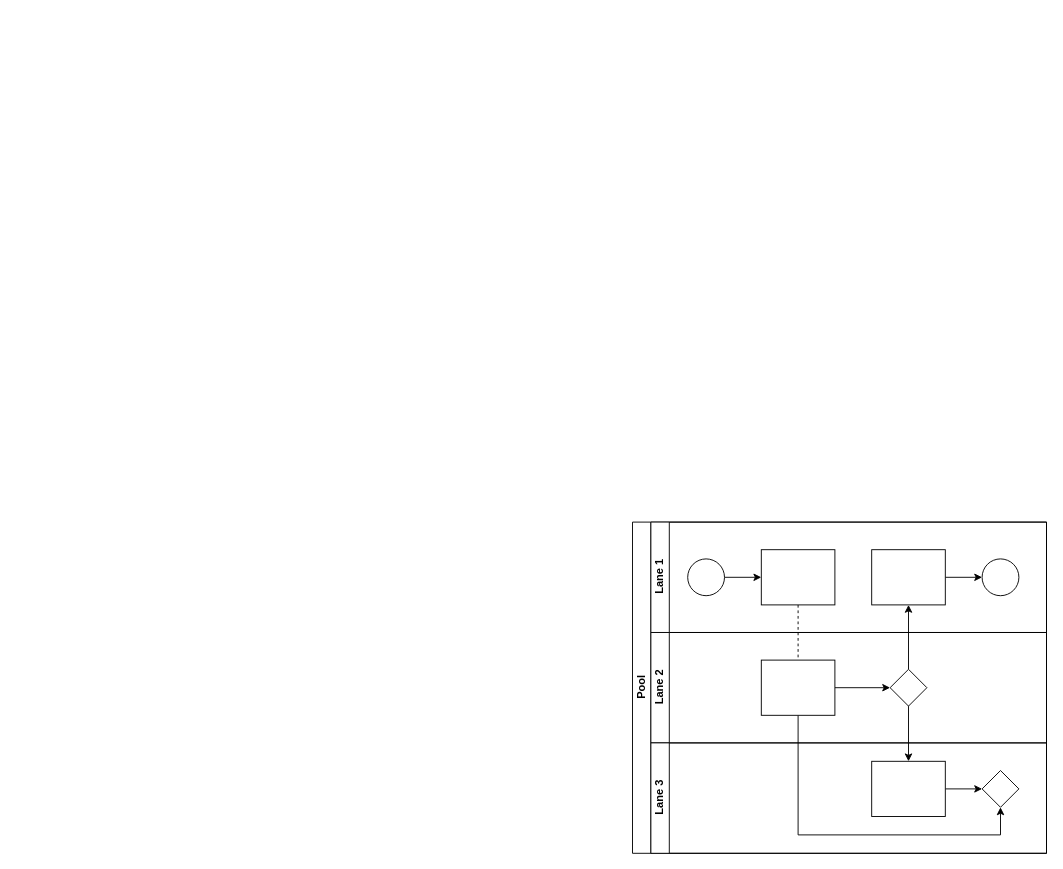
DavidkaBenAvraham/kitkat-doc keeps this draw.io diagram as плавательная дорожка.drawio. Above is the earlier version. Source tidied: cells renumbered, new cells numbered last; positions are measured from the earlier drawing's top-left corner, leaving out a move shared by most shapes. Both pictures are drawn from the tidied source at 92%, with x=0, y=0 at pixel (632, 522).
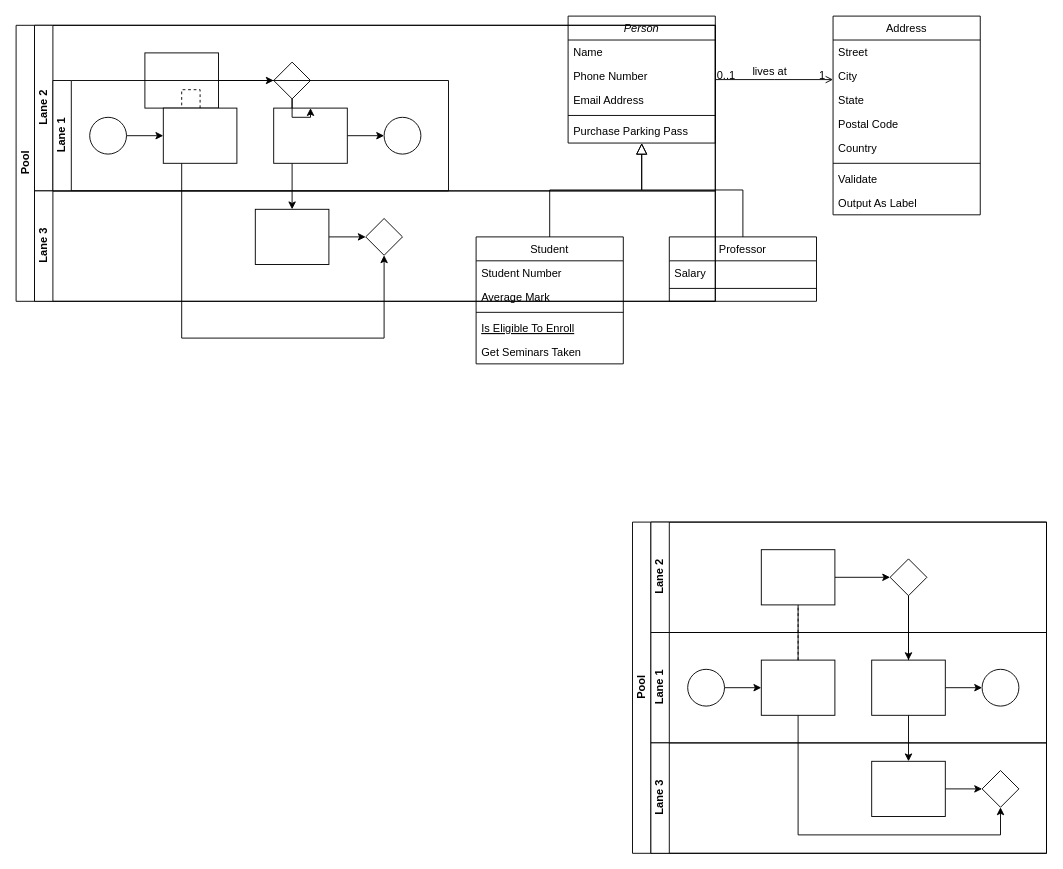
Above is the later version.

Unchanged cells that the change refers to:
```xml
<mxCell id="2" value="Pool" style="swimlane;html=1;horizontal=0;startSize=20;" parent="1" vertex="1">
  <mxGeometry width="450" height="360" as="geometry" />
</mxCell>
<mxCell id="10" style="rounded=0;whiteSpace=wrap;html=1;fontFamily=Helvetica;fontSize=12;fontColor=#000000;align=center;" parent="7" vertex="1">
  <mxGeometry x="120" y="30" width="80" height="60" as="geometry" />
</mxCell>
<mxCell id="12" style="rounded=0;whiteSpace=wrap;html=1;fontFamily=Helvetica;fontSize=12;fontColor=#000000;align=center;" parent="7" vertex="1">
  <mxGeometry x="240" y="30" width="80" height="60" as="geometry" />
</mxCell>
```

Change to the diagram source:
```diff
@@
-    <mxCell id="3" style="edgeStyle=orthogonalEdgeStyle;rounded=0;jettySize=auto;html=1;dashed=1;endArrow=none;endFill=0;" parent="2" edge="1" source="10" target="16">
-      <mxGeometry relative="1" as="geometry" />
-    </mxCell>
-    <mxCell id="4" style="edgeStyle=orthogonalEdgeStyle;rounded=0;jettySize=auto;html=1;endArrow=classic;endFill=1;" parent="2" edge="1" source="17" target="12">
-      <mxGeometry relative="1" as="geometry" />
-    </mxCell>
@@
+    <mxCell id="14" value="Lane 2" style="swimlane;html=1;startSize=20;horizontal=0;" parent="2" vertex="1">
+      <mxGeometry x="20" width="430" height="120" as="geometry" />
+    </mxCell>
+    <mxCell id="15" style="edgeStyle=orthogonalEdgeStyle;rounded=0;jettySize=auto;html=1;endArrow=classic;endFill=1;" parent="14" edge="1" source="16" target="17">
+      <mxGeometry relative="1" as="geometry" />
+    </mxCell>
+    <mxCell id="16" style="rounded=0;whiteSpace=wrap;html=1;fontFamily=Helvetica;fontSize=12;fontColor=#000000;align=center;" parent="14" vertex="1">
+      <mxGeometry x="120" y="30" width="80" height="60" as="geometry" />
+    </mxCell>
+    <mxCell id="17" style="rhombus;whiteSpace=wrap;html=1;fontFamily=Helvetica;fontSize=12;fontColor=#000000;align=center;" parent="14" vertex="1">
+      <mxGeometry x="260" y="40" width="40" height="40" as="geometry" />
+    </mxCell>
     <mxCell id="7" value="Lane 1" style="swimlane;html=1;startSize=20;horizontal=0;" parent="2" vertex="1">
-      <mxGeometry x="20" width="430" height="120" as="geometry" />
+      <mxGeometry x="20" y="120" width="430" height="120" as="geometry" />
     </mxCell>
@@
-    <mxCell id="14" value="Lane 2" style="swimlane;html=1;startSize=20;horizontal=0;" parent="2" vertex="1">
-      <mxGeometry x="20" y="120" width="430" height="120" as="geometry" />
-    </mxCell>
-    <mxCell id="15" style="edgeStyle=orthogonalEdgeStyle;rounded=0;jettySize=auto;html=1;endArrow=classic;endFill=1;" parent="14" edge="1" source="16" target="17">
-      <mxGeometry relative="1" as="geometry" />
-    </mxCell>
-    <mxCell id="16" style="rounded=0;whiteSpace=wrap;html=1;fontFamily=Helvetica;fontSize=12;fontColor=#000000;align=center;" parent="14" vertex="1">
-      <mxGeometry x="120" y="30" width="80" height="60" as="geometry" />
-    </mxCell>
-    <mxCell id="17" style="rhombus;whiteSpace=wrap;html=1;fontFamily=Helvetica;fontSize=12;fontColor=#000000;align=center;" parent="14" vertex="1">
-      <mxGeometry x="260" y="40" width="40" height="40" as="geometry" />
-    </mxCell>
@@
+    <mxCell id="3" style="edgeStyle=orthogonalEdgeStyle;rounded=0;jettySize=auto;html=1;dashed=1;endArrow=none;endFill=0;" parent="2" edge="1" source="10" target="16">
+      <mxGeometry relative="1" as="geometry" />
+    </mxCell>
+    <mxCell id="4" style="edgeStyle=orthogonalEdgeStyle;rounded=0;jettySize=auto;html=1;endArrow=classic;endFill=1;" parent="2" edge="1" source="17" target="12">
+      <mxGeometry relative="1" as="geometry" />
+    </mxCell>
+    <mxCell id="22" style="group;" parent="1" vertex="1">
+      <mxGeometry x="-170" y="-550" width="548" height="378" as="geometry" />
+    </mxCell>
+    <mxCell id="23" value="Person" style="swimlane;fontStyle=2;align=center;verticalAlign=top;horizontal=1;startSize=26;rounded=0;shadow=0;strokeWidth=1;" parent="22" vertex="1">
+      <mxGeometry x="100" width="160" height="138" as="geometry" />
+    </mxCell>
+    <mxCell id="24" value="Name" style="text;align=left;verticalAlign=top;spacingLeft=4;spacingRight=4;overflow=hidden;" parent="23" vertex="1">
+      <mxGeometry y="26" width="160" height="26" as="geometry" />
+    </mxCell>
+    <mxCell id="25" value="Phone Number" style="text;align=left;verticalAlign=top;spacingLeft=4;spacingRight=4;overflow=hidden;rounded=0;shadow=0;html=0;" parent="23" vertex="1">
+      <mxGeometry y="52" width="160" height="26" as="geometry" />
+    </mxCell>
+    <mxCell id="26" value="Email Address" style="text;align=left;verticalAlign=top;spacingLeft=4;spacingRight=4;overflow=hidden;rounded=0;shadow=0;html=0;" parent="23" vertex="1">
+      <mxGeometry y="78" width="160" height="26" as="geometry" />
+    </mxCell>
+    <mxCell id="27" style="line;html=1;strokeWidth=1;align=left;verticalAlign=middle;spacingTop=-1;spacingLeft=3;spacingRight=3;labelPosition=right;" parent="23" vertex="1">
+      <mxGeometry y="104" width="160" height="8" as="geometry" />
+    </mxCell>
+    <mxCell id="28" value="Purchase Parking Pass" style="text;align=left;verticalAlign=top;spacingLeft=4;spacingRight=4;overflow=hidden;" parent="23" vertex="1">
+      <mxGeometry y="112" width="160" height="26" as="geometry" />
+    </mxCell>
+    <mxCell id="29" value="Student" style="swimlane;fontStyle=0;align=center;verticalAlign=top;horizontal=1;startSize=26;rounded=0;shadow=0;strokeWidth=1;" parent="22" vertex="1">
+      <mxGeometry y="240" width="160" height="138" as="geometry" />
+    </mxCell>
+    <mxCell id="30" value="Student Number" style="text;align=left;verticalAlign=top;spacingLeft=4;spacingRight=4;overflow=hidden;" parent="29" vertex="1">
+      <mxGeometry y="26" width="160" height="26" as="geometry" />
+    </mxCell>
+    <mxCell id="31" value="Average Mark" style="text;align=left;verticalAlign=top;spacingLeft=4;spacingRight=4;overflow=hidden;rounded=0;shadow=0;html=0;" parent="29" vertex="1">
+      <mxGeometry y="52" width="160" height="26" as="geometry" />
+    </mxCell>
+    <mxCell id="32" style="line;html=1;strokeWidth=1;align=left;verticalAlign=middle;spacingTop=-1;spacingLeft=3;spacingRight=3;labelPosition=right;" parent="29" vertex="1">
+      <mxGeometry y="78" width="160" height="8" as="geometry" />
+    </mxCell>
+    <mxCell id="33" value="Is Eligible To Enroll" style="text;align=left;verticalAlign=top;spacingLeft=4;spacingRight=4;overflow=hidden;fontStyle=4;" parent="29" vertex="1">
+      <mxGeometry y="86" width="160" height="26" as="geometry" />
+    </mxCell>
+    <mxCell id="34" value="Get Seminars Taken" style="text;align=left;verticalAlign=top;spacingLeft=4;spacingRight=4;overflow=hidden;" parent="29" vertex="1">
+      <mxGeometry y="112" width="160" height="26" as="geometry" />
+    </mxCell>
+    <mxCell id="35" style="endArrow=block;endSize=10;endFill=0;shadow=0;strokeWidth=1;rounded=0;edgeStyle=elbowEdgeStyle;elbow=vertical;" parent="22" edge="1" source="29" target="23">
+      <mxGeometry relative="1" as="geometry" />
+    </mxCell>
+    <mxCell id="36" value="Professor" style="swimlane;fontStyle=0;align=center;verticalAlign=top;horizontal=1;startSize=26;rounded=0;shadow=0;strokeWidth=1;" parent="22" vertex="1">
+      <mxGeometry x="210" y="240" width="160" height="70" as="geometry" />
+    </mxCell>
+    <mxCell id="37" value="Salary" style="text;align=left;verticalAlign=top;spacingLeft=4;spacingRight=4;overflow=hidden;" parent="36" vertex="1">
+      <mxGeometry y="26" width="160" height="26" as="geometry" />
+    </mxCell>
+    <mxCell id="38" style="line;html=1;strokeWidth=1;align=left;verticalAlign=middle;spacingTop=-1;spacingLeft=3;spacingRight=3;labelPosition=right;" parent="36" vertex="1">
+      <mxGeometry y="52" width="160" height="8" as="geometry" />
+    </mxCell>
+    <mxCell id="39" style="endArrow=block;endSize=10;endFill=0;shadow=0;strokeWidth=1;rounded=0;edgeStyle=elbowEdgeStyle;elbow=vertical;" parent="22" edge="1" source="36" target="23">
+      <mxGeometry relative="1" as="geometry" />
+    </mxCell>
+    <mxCell id="40" value="Address" style="swimlane;fontStyle=0;align=center;verticalAlign=top;horizontal=1;startSize=26;rounded=0;shadow=0;strokeWidth=1;" parent="22" vertex="1">
+      <mxGeometry x="388" width="160" height="216" as="geometry" />
+    </mxCell>
+    <mxCell id="41" value="Street" style="text;align=left;verticalAlign=top;spacingLeft=4;spacingRight=4;overflow=hidden;" parent="40" vertex="1">
+      <mxGeometry y="26" width="160" height="26" as="geometry" />
+    </mxCell>
+    <mxCell id="42" value="City" style="text;align=left;verticalAlign=top;spacingLeft=4;spacingRight=4;overflow=hidden;rounded=0;shadow=0;html=0;" parent="40" vertex="1">
+      <mxGeometry y="52" width="160" height="26" as="geometry" />
+    </mxCell>
+    <mxCell id="43" value="State" style="text;align=left;verticalAlign=top;spacingLeft=4;spacingRight=4;overflow=hidden;rounded=0;shadow=0;html=0;" parent="40" vertex="1">
+      <mxGeometry y="78" width="160" height="26" as="geometry" />
+    </mxCell>
+    <mxCell id="44" value="Postal Code" style="text;align=left;verticalAlign=top;spacingLeft=4;spacingRight=4;overflow=hidden;rounded=0;shadow=0;html=0;" parent="40" vertex="1">
+      <mxGeometry y="104" width="160" height="26" as="geometry" />
+    </mxCell>
+    <mxCell id="45" value="Country" style="text;align=left;verticalAlign=top;spacingLeft=4;spacingRight=4;overflow=hidden;rounded=0;shadow=0;html=0;" parent="40" vertex="1">
+      <mxGeometry y="130" width="160" height="26" as="geometry" />
+    </mxCell>
+    <mxCell id="46" style="line;html=1;strokeWidth=1;align=left;verticalAlign=middle;spacingTop=-1;spacingLeft=3;spacingRight=3;labelPosition=right;" parent="40" vertex="1">
+      <mxGeometry y="156" width="160" height="8" as="geometry" />
+    </mxCell>
+    <mxCell id="47" value="Validate" style="text;align=left;verticalAlign=top;spacingLeft=4;spacingRight=4;overflow=hidden;" parent="40" vertex="1">
+      <mxGeometry y="164" width="160" height="26" as="geometry" />
+    </mxCell>
+    <mxCell id="48" value="Output As Label" style="text;align=left;verticalAlign=top;spacingLeft=4;spacingRight=4;overflow=hidden;" parent="40" vertex="1">
+      <mxGeometry y="190" width="160" height="26" as="geometry" />
+    </mxCell>
+    <mxCell id="49" style="endArrow=open;shadow=0;strokeWidth=1;rounded=0;endFill=1;edgeStyle=elbowEdgeStyle;elbow=vertical;" parent="22" edge="1" source="23" target="40">
+      <mxGeometry x="0.5" y="41" relative="1" as="geometry">
+        <mxPoint x="-40" y="32" as="offset" />
+      </mxGeometry>
+    </mxCell>
+    <mxCell id="50" value="0..1" style="align=left;verticalAlign=bottom;labelBackgroundColor=none;fontSize=12;" parent="49" vertex="1">
+      <mxGeometry x="-1" relative="1" as="geometry">
+        <mxPoint y="4" as="offset" />
+      </mxGeometry>
+    </mxCell>
+    <mxCell id="51" value="1" style="align=right;verticalAlign=bottom;labelBackgroundColor=none;fontSize=12;" parent="49" vertex="1">
+      <mxGeometry x="1" relative="1" as="geometry">
+        <mxPoint x="-7" y="4" as="offset" />
+      </mxGeometry>
+    </mxCell>
+    <mxCell id="52" value="lives at" style="text;html=1;align=center;verticalAlign=middle;labelBackgroundColor=none;rounded=0;shadow=0;strokeWidth=1;fontSize=12;" parent="49" vertex="1">
+      <mxGeometry x="0.5" y="49" relative="1" as="geometry">
+        <mxPoint x="-38" y="40" as="offset" />
+      </mxGeometry>
+    </mxCell>
+    <mxCell id="53" value="Pool" style="swimlane;html=1;horizontal=0;startSize=20;" parent="1" vertex="1">
+      <mxGeometry x="-670" y="-540" width="760" height="300" as="geometry" />
+    </mxCell>
+    <mxCell id="54" style="edgeStyle=orthogonalEdgeStyle;rounded=0;jettySize=auto;html=1;endArrow=classic;endFill=1;" parent="53" edge="1" source="59" target="71">
+      <mxGeometry relative="1" as="geometry" />
+    </mxCell>
+    <mxCell id="55" style="edgeStyle=orthogonalEdgeStyle;rounded=0;jettySize=auto;html=1;endArrow=classic;endFill=1;" parent="53" edge="1" source="58" target="72">
+      <mxGeometry relative="1" as="geometry">
+        <Array as="points">
+          <mxPoint x="180" y="340" />
+          <mxPoint x="400" y="340" />
+        </Array>
+      </mxGeometry>
+    </mxCell>
+    <mxCell id="56" value="Lane 2" style="swimlane;html=1;startSize=20;horizontal=0;" parent="53" vertex="1">
+      <mxGeometry x="20" width="740" height="180" as="geometry" />
+    </mxCell>
+    <mxCell id="57" style="edgeStyle=orthogonalEdgeStyle;rounded=0;jettySize=auto;html=1;endArrow=classic;endFill=1;" parent="56" edge="1" source="58" target="59">
+      <mxGeometry relative="1" as="geometry" />
+    </mxCell>
+    <mxCell id="58" style="rounded=0;whiteSpace=wrap;html=1;fontFamily=Helvetica;fontSize=12;fontColor=#000000;align=center;" parent="56" vertex="1">
+      <mxGeometry x="120" y="30" width="80" height="60" as="geometry" />
+    </mxCell>
+    <mxCell id="59" style="rhombus;whiteSpace=wrap;html=1;fontFamily=Helvetica;fontSize=12;fontColor=#000000;align=center;" parent="56" vertex="1">
+      <mxGeometry x="260" y="40" width="40" height="40" as="geometry" />
+    </mxCell>
+    <mxCell id="60" value="Lane 1" style="swimlane;html=1;startSize=20;horizontal=0;" parent="56" vertex="1">
+      <mxGeometry x="20" y="60" width="430" height="120" as="geometry" />
+    </mxCell>
+    <mxCell id="61" style="edgeStyle=orthogonalEdgeStyle;rounded=0;jettySize=auto;html=1;" parent="60" edge="1" source="62" target="63">
+      <mxGeometry relative="1" as="geometry" />
+    </mxCell>
+    <mxCell id="62" style="ellipse;whiteSpace=wrap;html=1;" parent="60" vertex="1">
+      <mxGeometry x="40" y="40" width="40" height="40" as="geometry" />
+    </mxCell>
+    <mxCell id="63" style="rounded=0;whiteSpace=wrap;html=1;fontFamily=Helvetica;fontSize=12;fontColor=#000000;align=center;" parent="60" vertex="1">
+      <mxGeometry x="120" y="30" width="80" height="60" as="geometry" />
+    </mxCell>
+    <mxCell id="64" style="edgeStyle=orthogonalEdgeStyle;rounded=0;jettySize=auto;html=1;endArrow=classic;endFill=1;" parent="60" edge="1" source="65" target="66">
+      <mxGeometry relative="1" as="geometry" />
+    </mxCell>
+    <mxCell id="65" style="rounded=0;whiteSpace=wrap;html=1;fontFamily=Helvetica;fontSize=12;fontColor=#000000;align=center;" parent="60" vertex="1">
+      <mxGeometry x="240" y="30" width="80" height="60" as="geometry" />
+    </mxCell>
+    <mxCell id="66" style="ellipse;whiteSpace=wrap;html=1;" parent="60" vertex="1">
+      <mxGeometry x="360" y="40" width="40" height="40" as="geometry" />
+    </mxCell>
+    <mxCell id="67" style="edgeStyle=orthogonalEdgeStyle;rounded=0;jettySize=auto;html=1;dashed=1;endArrow=none;endFill=0;" parent="56" edge="1" source="63" target="58">
+      <mxGeometry relative="1" as="geometry" />
+    </mxCell>
+    <mxCell id="68" style="edgeStyle=orthogonalEdgeStyle;rounded=0;jettySize=auto;html=1;endArrow=classic;endFill=1;" parent="56" edge="1" source="59" target="65">
+      <mxGeometry relative="1" as="geometry" />
+    </mxCell>
+    <mxCell id="69" value="Lane 3" style="swimlane;html=1;startSize=20;horizontal=0;" parent="53" vertex="1">
+      <mxGeometry x="20" y="180" width="740" height="120" as="geometry" />
+    </mxCell>
+    <mxCell id="70" style="edgeStyle=orthogonalEdgeStyle;rounded=0;jettySize=auto;html=1;endArrow=classic;endFill=1;" parent="69" edge="1" source="71" target="72">
+      <mxGeometry relative="1" as="geometry" />
+    </mxCell>
+    <mxCell id="71" style="rounded=0;whiteSpace=wrap;html=1;fontFamily=Helvetica;fontSize=12;fontColor=#000000;align=center;" parent="69" vertex="1">
+      <mxGeometry x="240" y="20" width="80" height="60" as="geometry" />
+    </mxCell>
+    <mxCell id="72" style="rhombus;whiteSpace=wrap;html=1;fontFamily=Helvetica;fontSize=12;fontColor=#000000;align=center;" parent="69" vertex="1">
+      <mxGeometry x="360" y="30" width="40" height="40" as="geometry" />
+    </mxCell>
```
